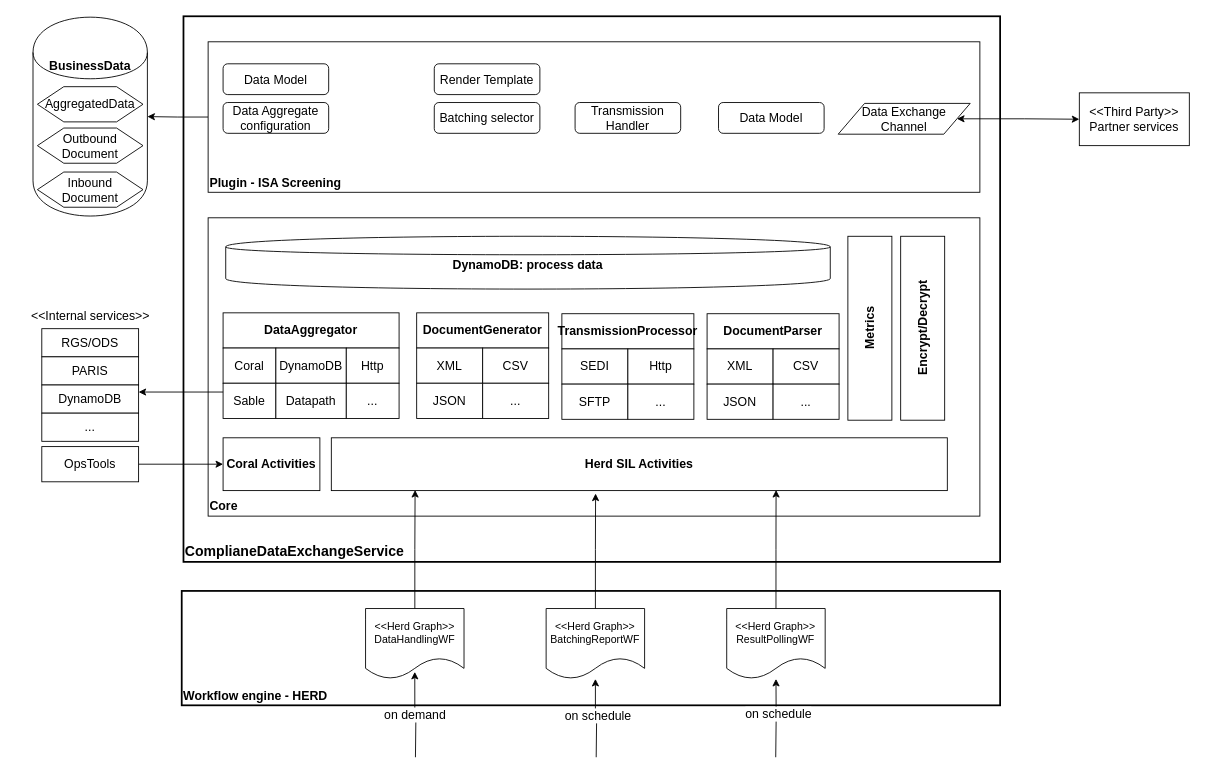
The draw.io diagram Untitled Diagram.drawio in dongposhi/Mimicat, before the edit. Source tidied: cells renumbered, new cells numbered last; positions are measured from the earlier drawing's top-left corner, leaving out a move shared by most shapes. Both pictures are drawn from the tidied source at 88%, with x=0, y=0 at pixel (15, 16).
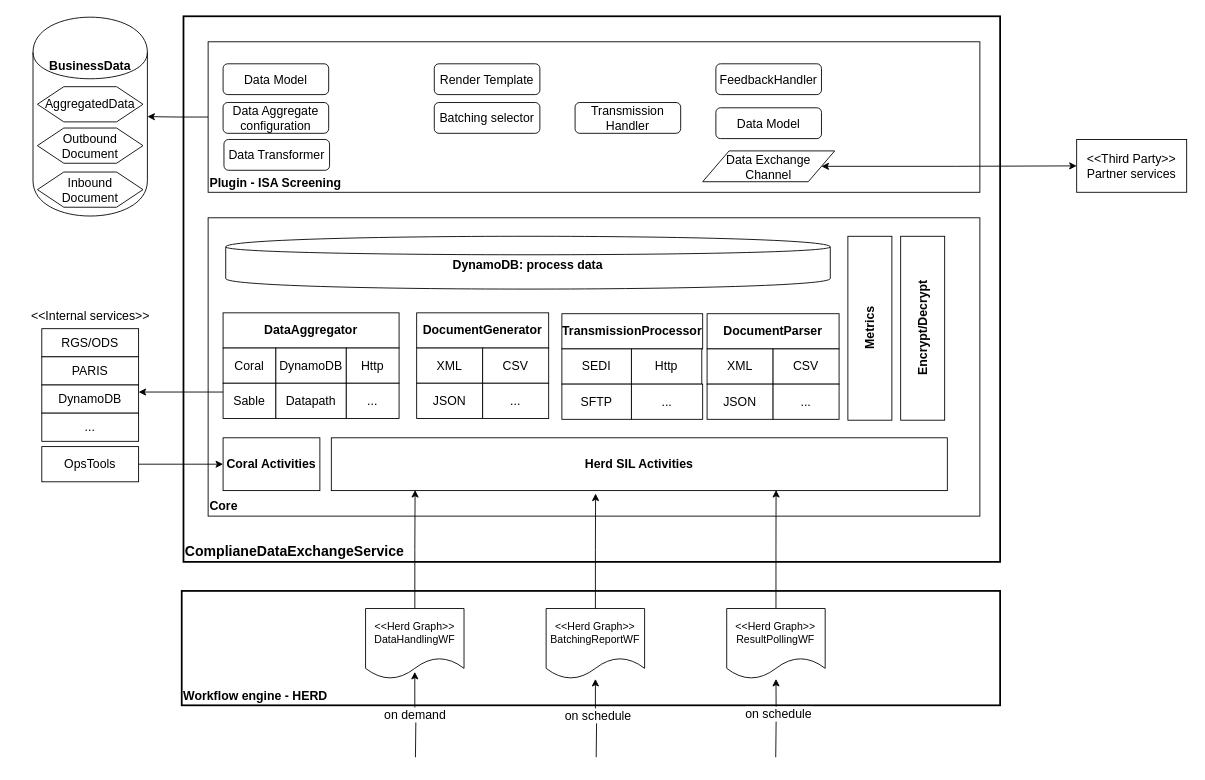
Above is the later version.

The edit, as a diff of the source:
```diff
@@
     <mxCell id="37" style="group;" parent="1" vertex="1">
-      <mxGeometry x="621" y="338" width="150" height="120" as="geometry" />
+      <mxGeometry x="621" y="338" width="160" height="120" as="geometry" />
     </mxCell>
     <mxCell id="38" value="&lt;b&gt;TransmissionProcessor&lt;/b&gt;" style="rounded=0;whiteSpace=wrap;html=1;fontSize=14;" parent="37" vertex="1">
-      <mxGeometry width="150" height="40" as="geometry" />
+      <mxGeometry width="160" height="40" as="geometry" />
     </mxCell>
     <mxCell id="39" value="SEDI" style="rounded=0;whiteSpace=wrap;html=1;fontSize=14;" parent="37" vertex="1">
-      <mxGeometry y="40" width="75" height="40" as="geometry" />
+      <mxGeometry y="40" width="79" height="40" as="geometry" />
     </mxCell>
     <mxCell id="40" value="Http" style="rounded=0;whiteSpace=wrap;html=1;fontSize=14;" parent="37" vertex="1">
-      <mxGeometry x="75" y="40" width="75" height="40" as="geometry" />
+      <mxGeometry x="79" y="40" width="80" height="40" as="geometry" />
     </mxCell>
     <mxCell id="41" value="SFTP" style="rounded=0;whiteSpace=wrap;html=1;fontSize=14;" parent="37" vertex="1">
-      <mxGeometry y="80" width="75" height="40" as="geometry" />
+      <mxGeometry y="80" width="79" height="40" as="geometry" />
     </mxCell>
     <mxCell id="42" value="..." style="rounded=0;whiteSpace=wrap;html=1;fontSize=14;" parent="37" vertex="1">
-      <mxGeometry x="75" y="80" width="75" height="40" as="geometry" />
+      <mxGeometry x="79" y="80" width="81" height="40" as="geometry" />
     </mxCell>
@@
     <mxCell id="49" value="Data Model" style="rounded=1;whiteSpace=wrap;html=1;fontSize=14;" parent="1" vertex="1">
-      <mxGeometry x="799" y="98" width="120" height="35" as="geometry" />
+      <mxGeometry x="796" y="104" width="120" height="35" as="geometry" />
     </mxCell>
@@
     <mxCell id="57" value="&lt;span style=&quot;white-space: normal&quot;&gt;Data Exchange Channel&lt;/span&gt;" style="shape=parallelogram;perimeter=parallelogramPerimeter;whiteSpace=wrap;html=1;fontSize=14;align=center;" parent="1" vertex="1">
-      <mxGeometry x="935" y="99" width="150" height="35" as="geometry" />
+      <mxGeometry x="781" y="153" width="150" height="35" as="geometry" />
     </mxCell>
     <mxCell id="58" value="&amp;lt;&amp;lt;Third Party&amp;gt;&amp;gt;&lt;br&gt;Partner services" style="rounded=0;whiteSpace=wrap;html=1;fontSize=14;align=center;" parent="1" vertex="1">
-      <mxGeometry x="1209" y="87" width="125" height="60" as="geometry" />
+      <mxGeometry x="1206" y="140" width="125" height="60" as="geometry" />
     </mxCell>
@@
+    <mxCell id="75" value="Data Transformer" style="rounded=1;whiteSpace=wrap;html=1;fontSize=14;" parent="1" vertex="1">
+      <mxGeometry x="237" y="140" width="120" height="35" as="geometry" />
+    </mxCell>
+    <mxCell id="76" value="FeedbackHandler" style="rounded=1;whiteSpace=wrap;html=1;fontSize=14;" parent="1" vertex="1">
+      <mxGeometry x="796" y="54" width="120" height="35" as="geometry" />
+    </mxCell>
```
